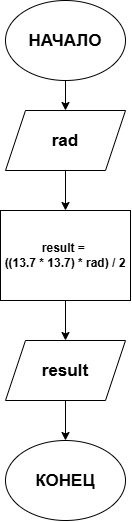
DaniilYX/lab0 keeps this draw.io diagram as Блок-схема(Лабораторная работа 3).png. Above is the earlier version. Source tidied: cells renumbered, new cells last; positions are measured from the earlier drawing's top-left corner, leaving out a move shared by most shapes.
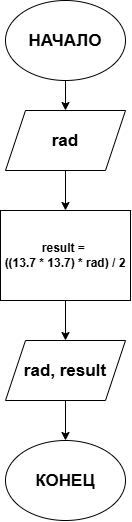
After the change.

Change to the diagram source:
```diff
@@ -26,7 +26,7 @@
     <mxCell id="9" style="edgeStyle=orthogonalEdgeStyle;rounded=0;jettySize=auto;html=1;exitX=0.5;exitY=1;exitDx=0;exitDy=0;entryX=0.5;entryY=0;entryDx=0;entryDy=0;" parent="1" edge="1" source="10" target="2">
       <mxGeometry relative="1" as="geometry" />
     </mxCell>
-    <mxCell id="10" value="&lt;span style=&quot;color: light-dark(rgb(0, 0, 0), rgb(0, 0, 0));&quot;&gt;&lt;b&gt;&lt;font style=&quot;font-size: 17px;&quot;&gt;result&lt;/font&gt;&lt;/b&gt;&lt;/span&gt;" style="shape=parallelogram;perimeter=parallelogramPerimeter;whiteSpace=wrap;html=1;shapeInside=1;fixedSize=1;fillColor=light-dark(#FFFFFF,#FFFFFF);" parent="1" vertex="1">
+    <mxCell id="10" value="&lt;span style=&quot;color: light-dark(rgb(0, 0, 0), rgb(0, 0, 0));&quot;&gt;&lt;b&gt;&lt;font style=&quot;font-size: 17px;&quot;&gt;rad, result&lt;/font&gt;&lt;/b&gt;&lt;/span&gt;" style="shape=parallelogram;perimeter=parallelogramPerimeter;whiteSpace=wrap;html=1;shapeInside=1;fixedSize=1;fillColor=light-dark(#FFFFFF,#FFFFFF);" parent="1" vertex="1">
       <mxGeometry x="5" y="340" width="120" height="60" as="geometry" />
     </mxCell>
   </root>
```
